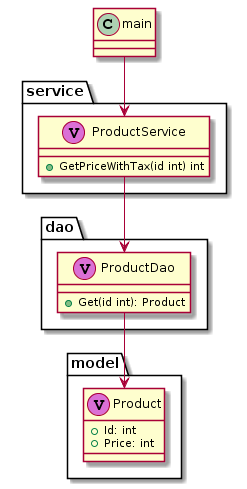
This is arch.png from care-1040/di-sample, a PlantUML export, as it was before one commit.
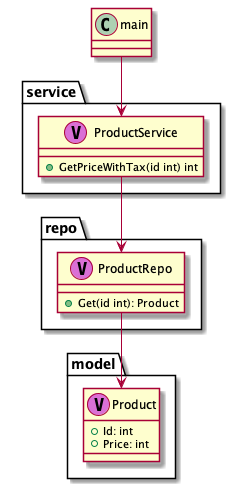
Later version of the same file.

Commit message:
change: arch and service

The edit, as a diff of the source:
```diff
@@ -6,8 +6,8 @@
     }
 }
 
-package "dao" {
-    class "ProductDao" as dao.ProductDao <<V,Orchid>> {
+package "repo" {
+    class "ProductRepo" as repo.ProductRepo <<V,Orchid>> {
         +Get(id int): Product
     }
 }
@@ -19,6 +19,6 @@
 }
 
 main --> service.ProductService
-service.ProductService --> dao.ProductDao
-dao.ProductDao --> model.Product
+service.ProductService --> repo.ProductRepo
+repo.ProductRepo --> model.Product
 @enduml
```
